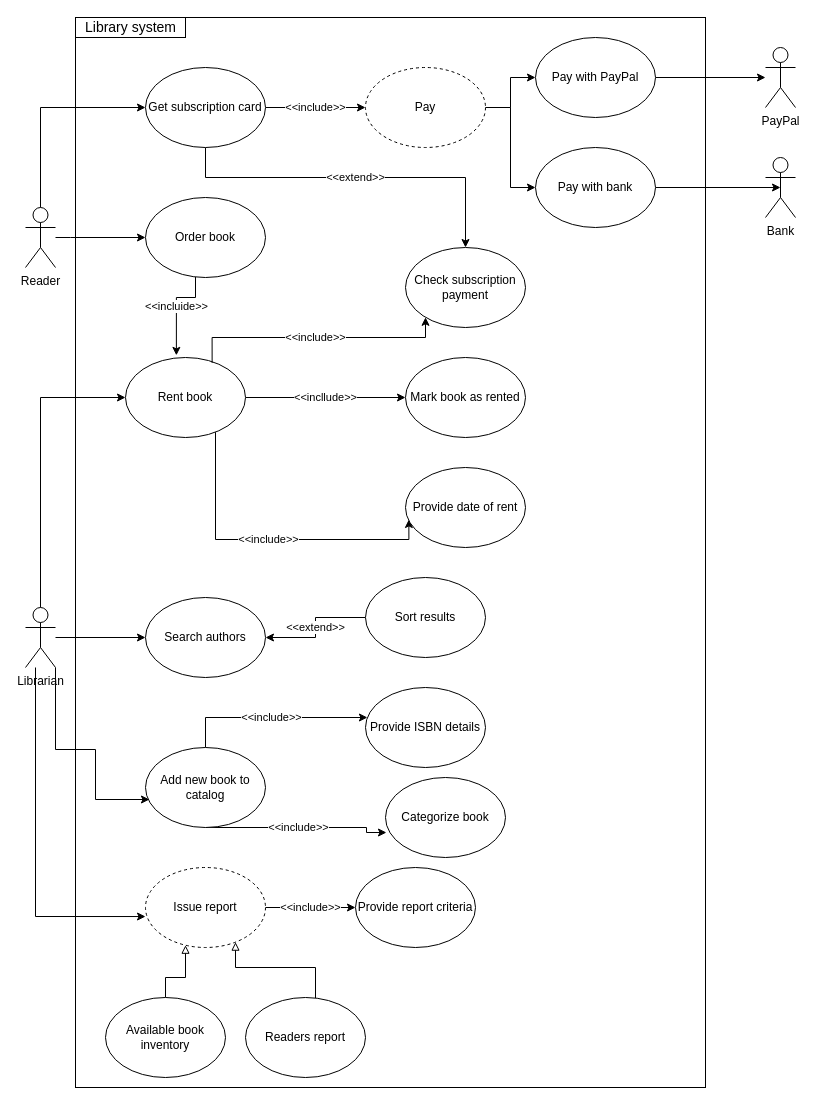
This is page "lab-01-use-case" (1 of 3) of lab-01/hss-lab-01.drawio from ivanchuchulski/highly-secure-software, a draw.io file, before an edit. Source tidied: cells renumbered, new cells numbered last; positions are measured from the earlier drawing's top-left corner, leaving out a move shared by most shapes. Both pictures are drawn from the tidied source at 100%, with x=0, y=0 at pixel (25, 17).
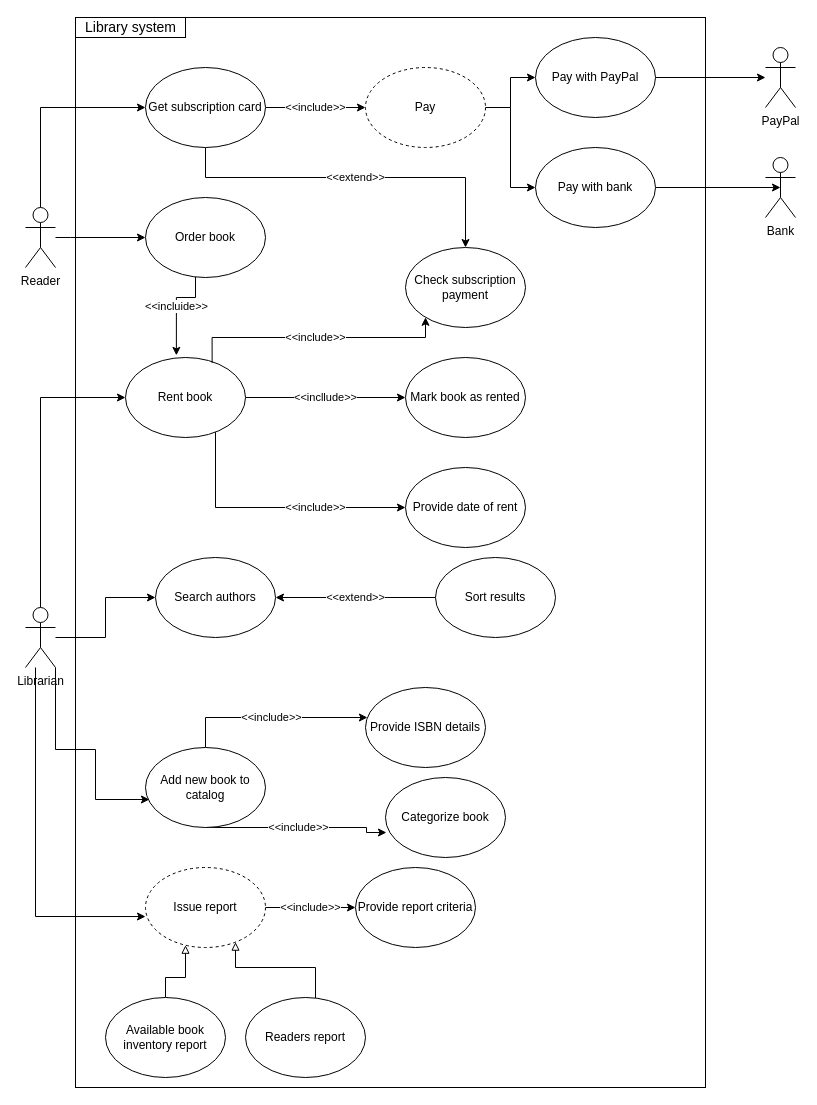
Above is the later version.

Unchanged cells that the change refers to:
```xml
<mxCell id="5" value="Rent book" style="ellipse;whiteSpace=wrap;html=1;" parent="1" vertex="1">
  <mxGeometry x="100" y="340" width="120" height="80" as="geometry" />
</mxCell>
<mxCell id="27" value="Provide date of rent" style="ellipse;whiteSpace=wrap;html=1;" parent="1" vertex="1">
  <mxGeometry x="380" y="450" width="120" height="80" as="geometry" />
</mxCell>
```

The edit, as a diff of the source:
```diff
@@
-    <mxCell id="4" value="&amp;lt;&amp;lt;include&amp;gt;&amp;gt;" style="edgeStyle=orthogonalEdgeStyle;rounded=0;jettySize=auto;html=1;entryX=0.028;entryY=0.65;entryDx=0;entryDy=0;entryPerimeter=0;endArrow=classic;endFill=1;" parent="1" edge="1" source="5" target="27">
-      <mxGeometry relative="1" as="geometry">
+    <mxCell id="4" value="&amp;lt;&amp;lt;include&amp;gt;&amp;gt;" style="edgeStyle=orthogonalEdgeStyle;rounded=0;jettySize=auto;html=1;endArrow=classic;endFill=1;entryX=0;entryY=0.5;entryDx=0;entryDy=0;" parent="1" edge="1" source="5" target="27">
+      <mxGeometry x="0.32" relative="1" as="geometry">
         <Array as="points">
-          <mxPoint x="190" y="522" />
+          <mxPoint x="190" y="490" />
         </Array>
       </mxGeometry>
     </mxCell>
@@
     <mxCell id="23" value="Search authors" style="ellipse;whiteSpace=wrap;html=1;" parent="1" vertex="1">
-      <mxGeometry x="120" y="580" width="120" height="80" as="geometry" />
+      <mxGeometry x="130" y="540" width="120" height="80" as="geometry" />
     </mxCell>
     <mxCell id="24" value="Sort results" style="ellipse;whiteSpace=wrap;html=1;" parent="1" vertex="1">
-      <mxGeometry x="340" y="560" width="120" height="80" as="geometry" />
+      <mxGeometry x="410" y="540" width="120" height="80" as="geometry" />
     </mxCell>
@@
-    <mxCell id="29" value="Available book inventory" style="ellipse;whiteSpace=wrap;html=1;" parent="1" vertex="1">
+    <mxCell id="29" value="Available book inventory report" style="ellipse;whiteSpace=wrap;html=1;" parent="1" vertex="1">
       <mxGeometry x="80" y="980" width="120" height="80" as="geometry" />
     </mxCell>
```
